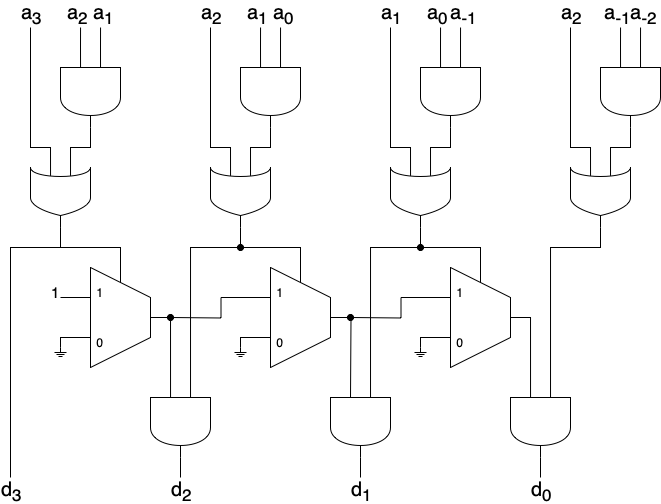
Before: Logic Diagrams/CARRY_4BIT_SLICE.png, a diagram exported from draw.io (savedbyawaif/ApproxNOD). Source tidied: cells renumbered, new cells last; positions are measured from the earlier drawing's top-left corner, leaving out a move shared by most shapes.
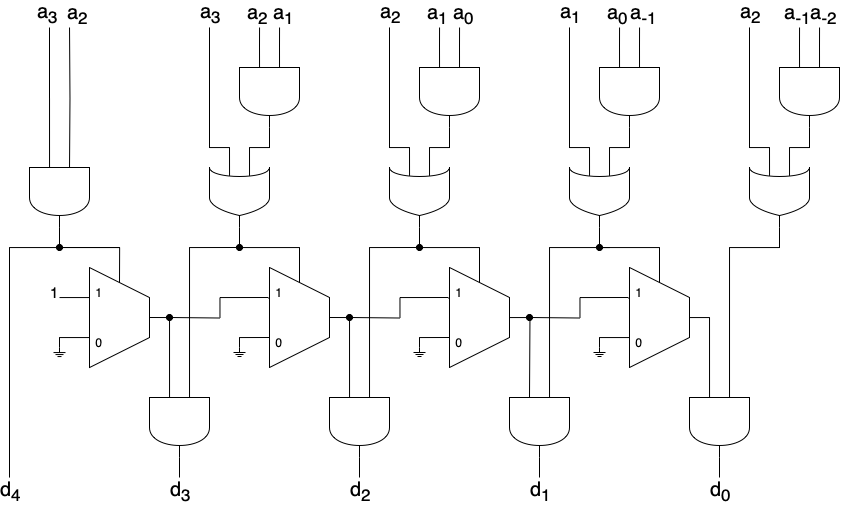
After the change.

Diff of the diagram source:
```diff
@@ -12,73 +12,62 @@
     </mxCell>
     <mxCell id="4" style="edgeStyle=orthogonalEdgeStyle;rounded=0;jettySize=auto;html=1;exitX=0;exitY=0.3;exitDx=0;exitDy=0;exitPerimeter=0;endArrow=none;endFill=0;" parent="1" edge="1" source="5">
       <mxGeometry relative="1" as="geometry">
-        <mxPoint x="50" y="270" as="targetPoint" />
+        <mxPoint x="-130" y="270.1" as="targetPoint" />
       </mxGeometry>
     </mxCell>
+    <mxCell id="77" style="edgeStyle=orthogonalEdgeStyle;rounded=0;jettySize=auto;html=1;exitX=0.5;exitY=0.15;exitDx=0;exitDy=0;exitPerimeter=0;endArrow=none;endFill=0;" parent="1" edge="1" source="5">
+      <mxGeometry relative="1" as="geometry">
+        <mxPoint x="-69.9" y="220" as="targetPoint" />
+      </mxGeometry>
+    </mxCell>
     <mxCell id="5" style="shape=(stored shape, 364 characters);whiteSpace=wrap;html=1;" parent="1" vertex="1">
-      <mxGeometry x="80" y="240" width="60" height="100" as="geometry" />
+      <mxGeometry x="-100" y="240.1" width="60" height="100" as="geometry" />
     </mxCell>
-    <mxCell id="6" style="edgeStyle=orthogonalEdgeStyle;rounded=0;jettySize=auto;html=1;exitX=0;exitY=0.666;exitDx=0;exitDy=0;exitPerimeter=0;endArrow=none;endFill=0;" parent="1" edge="1" source="10">
-      <mxGeometry relative="1" as="geometry">
-        <mxPoint x="70" as="targetPoint" />
-      </mxGeometry>
-    </mxCell>
-    <mxCell id="7" value="&lt;font style=&quot;font-size: 20px;&quot;&gt;a&lt;sub&gt;2&lt;/sub&gt;&lt;/font&gt;" style="edgeLabel;html=1;align=center;verticalAlign=middle;fontSize=20;labelBackgroundColor=none;" parent="6" vertex="1">
-      <mxGeometry relative="1" as="geometry">
-        <mxPoint x="-3" y="-34" as="offset" />
-      </mxGeometry>
-    </mxCell>
-    <mxCell id="8" style="edgeStyle=orthogonalEdgeStyle;rounded=0;jettySize=auto;html=1;exitX=0;exitY=0.333;exitDx=0;exitDy=0;exitPerimeter=0;endArrow=none;endFill=0;" parent="1" edge="1" source="10">
-      <mxGeometry relative="1" as="geometry">
-        <mxPoint x="90" as="targetPoint" />
-      </mxGeometry>
-    </mxCell>
-    <mxCell id="9" value="a&lt;sub&gt;1&lt;/sub&gt;" style="edgeLabel;html=1;align=center;verticalAlign=middle;fontSize=20;rotation=0;labelBackgroundColor=none;" parent="8" vertex="1">
-      <mxGeometry relative="1" as="geometry">
-        <mxPoint x="3" y="-34" as="offset" />
-      </mxGeometry>
-    </mxCell>
-    <mxCell id="10" style="shape=(stored shape, 384 characters);whiteSpace=wrap;html=1;fontSize=10;direction=south;" parent="1" vertex="1">
-      <mxGeometry x="50" y="40" width="60" height="60" as="geometry" />
-    </mxCell>
-    <mxCell id="11" style="edgeStyle=orthogonalEdgeStyle;rounded=0;jettySize=auto;html=1;exitX=0.14;exitY=0.666;exitDx=0;exitDy=0;exitPerimeter=0;endArrow=none;endFill=0;" parent="1" edge="1" source="15">
+    <mxCell id="11" style="edgeStyle=orthogonalEdgeStyle;rounded=0;jettySize=auto;html=1;exitX=0;exitY=0.666;exitDx=0;exitDy=0;exitPerimeter=0;endArrow=none;endFill=0;" parent="1" edge="1" source="99">
       <mxGeometry relative="1" as="geometry">
-        <mxPoint x="20" as="targetPoint" />
-        <Array as="points">
-          <mxPoint x="40" y="120" />
-          <mxPoint x="20" y="120" />
-          <mxPoint x="20" />
-        </Array>
+        <mxPoint x="-140" as="targetPoint" />
       </mxGeometry>
     </mxCell>
     <mxCell id="12" value="&lt;div style=&quot;font-size: 20px;&quot;&gt;a&lt;sub&gt;3&lt;/sub&gt;&lt;/div&gt;" style="edgeLabel;html=1;align=center;verticalAlign=middle;fontSize=20;labelBackgroundColor=none;" parent="11" vertex="1">
       <mxGeometry relative="1" as="geometry">
-        <mxPoint y="-98" as="offset" />
+        <mxPoint x="-3" y="-84" as="offset" />
       </mxGeometry>
     </mxCell>
-    <mxCell id="13" style="edgeStyle=orthogonalEdgeStyle;rounded=0;jettySize=auto;html=1;endArrow=none;endFill=0;" parent="1" edge="1" source="15">
+    <mxCell id="13" style="edgeStyle=orthogonalEdgeStyle;rounded=0;orthogonalLoop=1;jettySize=auto;html=1;endArrow=none;endFill=0;" parent="1" edge="1">
       <mxGeometry relative="1" as="geometry">
-        <mxPoint y="450" as="targetPoint" />
+        <mxPoint x="-130" y="200.1" as="sourcePoint" />
+        <mxPoint x="-180" y="450.1" as="targetPoint" />
         <Array as="points">
-          <mxPoint x="50" y="220" />
-          <mxPoint y="220" />
+          <mxPoint x="-130" y="220.1" />
+          <mxPoint x="-180" y="220.1" />
         </Array>
       </mxGeometry>
     </mxCell>
-    <mxCell id="14" value="&lt;font style=&quot;font-size: 20px;&quot;&gt;d&lt;sub&gt;3&lt;/sub&gt;&lt;/font&gt;" style="edgeLabel;html=1;align=center;verticalAlign=middle;labelBackgroundColor=none;" parent="13" vertex="1">
+    <mxCell id="14" value="&lt;font style=&quot;font-size: 20px;&quot;&gt;d&lt;sub&gt;4&lt;/sub&gt;&lt;/font&gt;" style="edgeLabel;html=1;align=center;verticalAlign=middle;labelBackgroundColor=none;" parent="13" vertex="1">
       <mxGeometry x="0.97" relative="1" as="geometry">
         <mxPoint y="17" as="offset" />
       </mxGeometry>
     </mxCell>
-    <mxCell id="15" style="shape=(stored shape, 432 characters);whiteSpace=wrap;html=1;fontSize=10;direction=south;" parent="1" vertex="1">
-      <mxGeometry x="20" y="140" width="60" height="60" as="geometry" />
-    </mxCell>
-    <mxCell id="16" style="edgeStyle=orthogonalEdgeStyle;rounded=0;jettySize=auto;html=1;entryX=0.5;entryY=0.15;entryDx=0;entryDy=0;entryPerimeter=0;endArrow=none;endFill=0;" parent="1" edge="1" source="15" target="5">
-      <mxGeometry relative="1" as="geometry" />
+    <mxCell id="16" style="edgeStyle=orthogonalEdgeStyle;rounded=0;orthogonalLoop=1;jettySize=auto;html=1;endArrow=oval;endFill=1;" parent="1" edge="1">
+      <mxGeometry relative="1" as="geometry">
+        <mxPoint x="-130" y="200.1" as="sourcePoint" />
+        <mxPoint x="-130" y="220" as="targetPoint" />
+        <Array as="points">
+          <mxPoint x="-130" y="220" />
+          <mxPoint x="-70" y="220" />
+        </Array>
+      </mxGeometry>
     </mxCell>
-    <mxCell id="17" style="edgeStyle=orthogonalEdgeStyle;rounded=0;jettySize=auto;html=1;entryX=0.14;entryY=0.333;entryDx=0;entryDy=0;entryPerimeter=0;endArrow=none;endFill=0;" parent="1" edge="1" source="10" target="15">
-      <mxGeometry relative="1" as="geometry" />
+    <mxCell id="17" style="edgeStyle=orthogonalEdgeStyle;rounded=0;jettySize=auto;html=1;entryX=0;entryY=0.333;entryDx=0;entryDy=0;entryPerimeter=0;endArrow=none;endFill=0;" parent="1" edge="1" target="99">
+      <mxGeometry relative="1" as="geometry">
+        <mxPoint x="-120" as="sourcePoint" />
+      </mxGeometry>
     </mxCell>
+    <mxCell id="78" value="&lt;font style=&quot;font-size: 20px;&quot;&gt;a&lt;span style=&quot;font-size: 20px;&quot;&gt;&lt;sub&gt;2&lt;/sub&gt;&lt;/span&gt;&lt;/font&gt;" style="edgeLabel;html=1;align=center;verticalAlign=middle;labelBackgroundColor=none;fontSize=20;" parent="17" vertex="1">
+      <mxGeometry x="-1" y="10" relative="1" as="geometry">
+        <mxPoint x="-3" y="-14" as="offset" />
+      </mxGeometry>
+    </mxCell>
     <mxCell id="18" style="edgeStyle=orthogonalEdgeStyle;rounded=0;jettySize=auto;html=1;exitX=0;exitY=0.666;exitDx=0;exitDy=0;exitPerimeter=0;endArrow=none;endFill=0;" parent="1" edge="1" source="22">
       <mxGeometry relative="1" as="geometry">
         <mxPoint x="250" as="targetPoint" />
@@ -139,8 +128,9 @@
     <mxCell id="30" style="shape=(stored shape, 384 characters);whiteSpace=wrap;html=1;fontSize=10;direction=south;" parent="1" vertex="1">
       <mxGeometry x="140" y="370" width="60" height="60" as="geometry" />
     </mxCell>
-    <mxCell id="31" style="edgeStyle=orthogonalEdgeStyle;rounded=0;jettySize=auto;html=1;entryX=0;entryY=0.666;entryDx=0;entryDy=0;entryPerimeter=0;endArrow=none;endFill=0;" parent="1" edge="1" source="5" target="30">
+    <mxCell id="31" style="edgeStyle=orthogonalEdgeStyle;rounded=0;jettySize=auto;html=1;entryX=0;entryY=0.666;entryDx=0;entryDy=0;entryPerimeter=0;endArrow=none;endFill=0;" parent="1" edge="1" target="30">
       <mxGeometry relative="1" as="geometry">
+        <mxPoint x="140" y="290" as="sourcePoint" />
         <Array as="points">
           <mxPoint x="160" y="290" />
         </Array>
@@ -171,17 +161,17 @@
       </mxGeometry>
     </mxCell>
     <mxCell id="36" style="shape=(stored shape, 316 characters);whiteSpace=wrap;html=1;" parent="1" vertex="1">
-      <mxGeometry x="40" y="320" width="20" height="20" as="geometry" />
+      <mxGeometry x="-140" y="320.1" width="20" height="20" as="geometry" />
     </mxCell>
     <mxCell id="37" style="edgeStyle=orthogonalEdgeStyle;rounded=0;jettySize=auto;html=1;entryX=0;entryY=0.7;entryDx=0;entryDy=0;entryPerimeter=0;endArrow=none;endFill=0;" parent="1" edge="1" source="36" target="5">
       <mxGeometry relative="1" as="geometry">
         <Array as="points">
-          <mxPoint x="50" y="310" />
+          <mxPoint x="-130" y="310.1" />
         </Array>
       </mxGeometry>
     </mxCell>
     <mxCell id="38" value="&lt;font style=&quot;font-size: 15px;&quot;&gt;1&lt;/font&gt;" style="text;html=1;align=center;verticalAlign=middle;strokeColor=none;fillColor=none;" parent="1" vertex="1">
-      <mxGeometry x="30" y="250" width="30" height="30" as="geometry" />
+      <mxGeometry x="-150" y="250.1" width="30" height="30" as="geometry" />
     </mxCell>
     <mxCell id="39" style="edgeStyle=orthogonalEdgeStyle;rounded=0;jettySize=auto;html=1;entryX=0;entryY=0.666;entryDx=0;entryDy=0;entryPerimeter=0;endArrow=none;endFill=0;" parent="1" edge="1" source="40" target="49">
       <mxGeometry relative="1" as="geometry">
@@ -237,10 +227,10 @@
       <mxGeometry x="500" y="370" width="60" height="60" as="geometry" />
     </mxCell>
     <mxCell id="50" value="1" style="text;strokeColor=none;align=center;fillColor=none;html=1;verticalAlign=middle;whiteSpace=wrap;rounded=0;" parent="1" vertex="1">
-      <mxGeometry x="80" y="250" width="20" height="30" as="geometry" />
+      <mxGeometry x="-100" y="250.1" width="20" height="30" as="geometry" />
     </mxCell>
     <mxCell id="51" value="0" style="text;strokeColor=none;align=center;fillColor=none;html=1;verticalAlign=middle;whiteSpace=wrap;rounded=0;" parent="1" vertex="1">
-      <mxGeometry x="80" y="300" width="20" height="30" as="geometry" />
+      <mxGeometry x="-100" y="300.1" width="20" height="30" as="geometry" />
     </mxCell>
     <mxCell id="52" value="1" style="text;strokeColor=none;align=center;fillColor=none;html=1;verticalAlign=middle;whiteSpace=wrap;rounded=0;" parent="1" vertex="1">
       <mxGeometry x="260" y="250" width="20" height="30" as="geometry" />
@@ -362,5 +352,109 @@
         </Array>
       </mxGeometry>
     </mxCell>
+    <mxCell id="79" style="shape=(stored shape, 364 characters);whiteSpace=wrap;html=1;" parent="1" vertex="1">
+      <mxGeometry x="80" y="240" width="60" height="100" as="geometry" />
+    </mxCell>
+    <mxCell id="80" style="edgeStyle=orthogonalEdgeStyle;rounded=0;jettySize=auto;html=1;exitX=0;exitY=0.666;exitDx=0;exitDy=0;exitPerimeter=0;endArrow=none;endFill=0;" parent="1" edge="1" source="83">
+      <mxGeometry relative="1" as="geometry">
+        <mxPoint x="70" as="targetPoint" />
+      </mxGeometry>
+    </mxCell>
+    <mxCell id="81" value="a&lt;sub&gt;2&lt;/sub&gt;" style="edgeLabel;html=1;align=center;verticalAlign=middle;fontSize=20;labelBackgroundColor=none;" parent="80" vertex="1">
+      <mxGeometry relative="1" as="geometry">
+        <mxPoint x="-3" y="-34" as="offset" />
+      </mxGeometry>
+    </mxCell>
+    <mxCell id="82" style="edgeStyle=orthogonalEdgeStyle;rounded=0;jettySize=auto;html=1;exitX=0;exitY=0.333;exitDx=0;exitDy=0;exitPerimeter=0;endArrow=none;endFill=0;" parent="1" edge="1" source="83">
+      <mxGeometry relative="1" as="geometry">
+        <mxPoint x="90" as="targetPoint" />
+      </mxGeometry>
+    </mxCell>
+    <mxCell id="9" value="a&lt;sub&gt;1&lt;/sub&gt;" style="edgeLabel;html=1;align=center;verticalAlign=middle;fontSize=20;labelBackgroundColor=none;" parent="82" vertex="1">
+      <mxGeometry relative="1" as="geometry">
+        <mxPoint x="3" y="-34" as="offset" />
+      </mxGeometry>
+    </mxCell>
+    <mxCell id="83" style="shape=(stored shape, 384 characters);whiteSpace=wrap;html=1;fontSize=10;direction=south;" parent="1" vertex="1">
+      <mxGeometry x="50" y="40" width="60" height="60" as="geometry" />
+    </mxCell>
+    <mxCell id="84" style="edgeStyle=orthogonalEdgeStyle;rounded=0;jettySize=auto;html=1;exitX=0.14;exitY=0.666;exitDx=0;exitDy=0;exitPerimeter=0;endArrow=none;endFill=0;" parent="1" edge="1" source="86">
+      <mxGeometry relative="1" as="geometry">
+        <mxPoint x="20" as="targetPoint" />
+        <Array as="points">
+          <mxPoint x="40" y="120" />
+          <mxPoint x="20" y="120" />
+          <mxPoint x="20" />
+        </Array>
+      </mxGeometry>
+    </mxCell>
+    <mxCell id="85" value="&lt;div style=&quot;font-size: 20px;&quot;&gt;a&lt;sub&gt;3&lt;/sub&gt;&lt;/div&gt;" style="edgeLabel;html=1;align=center;verticalAlign=middle;fontSize=20;labelBackgroundColor=none;" parent="84" vertex="1">
+      <mxGeometry relative="1" as="geometry">
+        <mxPoint y="-98" as="offset" />
+      </mxGeometry>
+    </mxCell>
+    <mxCell id="86" style="shape=(stored shape, 432 characters);whiteSpace=wrap;html=1;fontSize=10;direction=south;" parent="1" vertex="1">
+      <mxGeometry x="20" y="140" width="60" height="60" as="geometry" />
+    </mxCell>
+    <mxCell id="87" style="edgeStyle=orthogonalEdgeStyle;rounded=0;jettySize=auto;html=1;entryX=0.14;entryY=0.333;entryDx=0;entryDy=0;entryPerimeter=0;endArrow=none;endFill=0;" parent="1" edge="1" source="83" target="86">
+      <mxGeometry relative="1" as="geometry" />
+    </mxCell>
+    <mxCell id="88" style="edgeStyle=orthogonalEdgeStyle;rounded=0;jettySize=auto;html=1;entryX=0.5;entryY=0.15;entryDx=0;entryDy=0;entryPerimeter=0;endArrow=none;endFill=0;" parent="1" edge="1" source="86" target="79">
+      <mxGeometry relative="1" as="geometry" />
+    </mxCell>
+    <mxCell id="89" style="edgeStyle=orthogonalEdgeStyle;rounded=0;jettySize=auto;html=1;exitX=1;exitY=0.5;exitDx=0;exitDy=0;exitPerimeter=0;endArrow=none;endFill=0;" parent="1" edge="1" source="91">
+      <mxGeometry relative="1" as="geometry">
+        <mxPoint x="-10" y="450" as="targetPoint" />
+      </mxGeometry>
+    </mxCell>
+    <mxCell id="90" value="&lt;font style=&quot;font-size: 20px;&quot;&gt;d&lt;sub&gt;3&lt;/sub&gt;&lt;/font&gt;" style="edgeLabel;html=1;align=center;verticalAlign=middle;labelBackgroundColor=none;" parent="89" vertex="1">
+      <mxGeometry relative="1" as="geometry">
+        <mxPoint y="23" as="offset" />
+      </mxGeometry>
+    </mxCell>
+    <mxCell id="91" style="shape=(stored shape, 384 characters);whiteSpace=wrap;html=1;fontSize=10;direction=south;" parent="1" vertex="1">
+      <mxGeometry x="-40" y="370" width="60" height="60" as="geometry" />
+    </mxCell>
+    <mxCell id="92" style="edgeStyle=orthogonalEdgeStyle;rounded=0;jettySize=auto;html=1;entryX=0;entryY=0.666;entryDx=0;entryDy=0;entryPerimeter=0;endArrow=none;endFill=0;" parent="1" edge="1" target="91">
+      <mxGeometry relative="1" as="geometry">
+        <mxPoint x="-40" y="290" as="sourcePoint" />
+        <Array as="points">
+          <mxPoint x="-20" y="290" />
+        </Array>
+      </mxGeometry>
+    </mxCell>
+    <mxCell id="93" style="edgeStyle=orthogonalEdgeStyle;rounded=0;jettySize=auto;html=1;entryX=0;entryY=0.333;entryDx=0;entryDy=0;entryPerimeter=0;endArrow=none;endFill=0;startArrow=oval;startFill=1;" parent="1" edge="1" target="91">
+      <mxGeometry relative="1" as="geometry">
+        <mxPoint x="50" y="220" as="sourcePoint" />
+        <Array as="points">
+          <mxPoint x="50" y="220" />
+          <mxPoint y="220" />
+        </Array>
+      </mxGeometry>
+    </mxCell>
+    <mxCell id="94" style="edgeStyle=orthogonalEdgeStyle;rounded=0;jettySize=auto;html=1;entryX=0;entryY=0.3;entryDx=0;entryDy=0;entryPerimeter=0;endArrow=none;endFill=0;startArrow=oval;startFill=1;" parent="1" edge="1" target="79">
+      <mxGeometry relative="1" as="geometry">
+        <mxPoint x="-20" y="290" as="sourcePoint" />
+      </mxGeometry>
+    </mxCell>
+    <mxCell id="95" style="shape=(stored shape, 316 characters);whiteSpace=wrap;html=1;" parent="1" vertex="1">
+      <mxGeometry x="40" y="320" width="20" height="20" as="geometry" />
+    </mxCell>
+    <mxCell id="96" style="edgeStyle=orthogonalEdgeStyle;rounded=0;jettySize=auto;html=1;entryX=0;entryY=0.7;entryDx=0;entryDy=0;entryPerimeter=0;endArrow=none;endFill=0;" parent="1" edge="1" source="95" target="79">
+      <mxGeometry relative="1" as="geometry">
+        <Array as="points">
+          <mxPoint x="50" y="310" />
+        </Array>
+      </mxGeometry>
+    </mxCell>
+    <mxCell id="97" value="1" style="text;strokeColor=none;align=center;fillColor=none;html=1;verticalAlign=middle;whiteSpace=wrap;rounded=0;" parent="1" vertex="1">
+      <mxGeometry x="80" y="250" width="20" height="30" as="geometry" />
+    </mxCell>
+    <mxCell id="98" value="0" style="text;strokeColor=none;align=center;fillColor=none;html=1;verticalAlign=middle;whiteSpace=wrap;rounded=0;" parent="1" vertex="1">
+      <mxGeometry x="80" y="300" width="20" height="30" as="geometry" />
+    </mxCell>
+    <mxCell id="99" style="shape=(stored shape, 384 characters);whiteSpace=wrap;html=1;fontSize=10;direction=south;" parent="1" vertex="1">
+      <mxGeometry x="-160" y="140" width="60" height="60" as="geometry" />
+    </mxCell>
   </root>
 </mxGraphModel>
```
